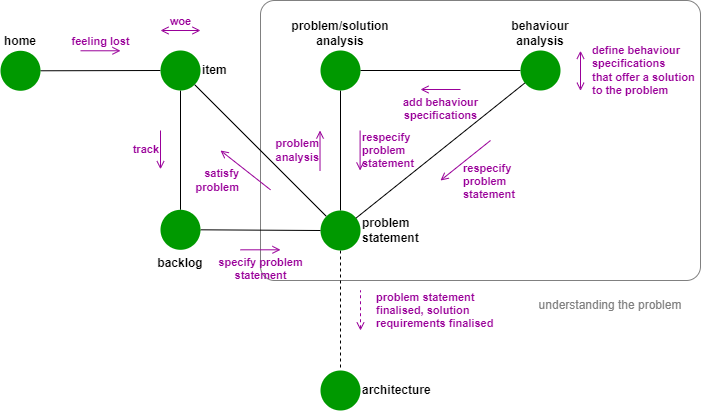
Above: docs/sphinx/static/img/problem-analysis-flow.png in lifespline/agile (draw.io), before the change. Source tidied: cells renumbered, new cells last; positions are measured from the earlier drawing's top-left corner, leaving out a move shared by most shapes.
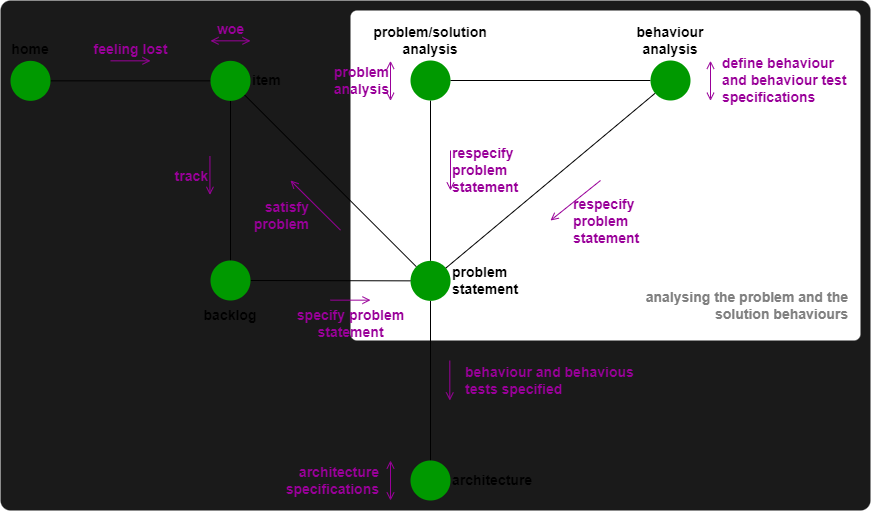
The same diagram one commit later.

Commit message:
doc: specify behaviour spec and architecture

Change to the diagram source:
```diff
@@ -2,122 +2,125 @@
   <root>
     <mxCell id="0" />
     <mxCell id="1" parent="0" />
+    <mxCell id="30" style="rounded=1;whiteSpace=wrap;html=1;fontColor=#FFFF00;fillColor=#1A1A1A;strokeColor=none;arcSize=2;fontSize=14;fontStyle=1;" parent="1" vertex="1">
+      <mxGeometry x="-90" y="-10" width="870" height="510" as="geometry" />
+    </mxCell>
-    <mxCell id="2" style="rounded=1;whiteSpace=wrap;html=1;fontColor=#FFFF00;fillColor=default;strokeColor=#808080;arcSize=5;" parent="1" vertex="1">
-      <mxGeometry x="260" width="440" height="280" as="geometry" />
+    <mxCell id="2" style="rounded=1;whiteSpace=wrap;html=1;fontColor=#FFFF00;fillColor=default;strokeColor=none;arcSize=2;fontSize=14;fontStyle=1;" parent="1" vertex="1">
+      <mxGeometry x="260" width="510" height="330" as="geometry" />
     </mxCell>
-    <mxCell id="3" style="edgeStyle=none;html=1;endArrow=none;endFill=0;fontStyle=1;" parent="1" edge="1" source="4" target="6">
+    <mxCell id="3" style="edgeStyle=none;html=1;endArrow=none;endFill=0;fontStyle=1;fontSize=14;" parent="1" edge="1" source="4" target="6">
       <mxGeometry relative="1" as="geometry" />
     </mxCell>
-    <mxCell id="4" value="&lt;b&gt;home&lt;/b&gt;" style="ellipse;whiteSpace=wrap;html=1;strokeColor=none;fillColor=#009900;verticalAlign=bottom;labelPosition=center;verticalLabelPosition=top;align=center;" parent="1" vertex="1">
-      <mxGeometry y="50.3" width="40" height="40" as="geometry" />
+    <mxCell id="4" value="&lt;span style=&quot;font-size: 14px;&quot;&gt;home&lt;/span&gt;" style="ellipse;whiteSpace=wrap;html=1;strokeColor=none;fillColor=#009900;verticalAlign=bottom;labelPosition=center;verticalLabelPosition=top;align=center;fontSize=14;fontStyle=1;" parent="1" vertex="1">
+      <mxGeometry x="-80" y="50.3" width="40" height="40" as="geometry" />
     </mxCell>
-    <mxCell id="5" style="edgeStyle=none;html=1;endArrow=none;endFill=0;fontStyle=1;" parent="1" edge="1" source="6" target="27">
+    <mxCell id="5" style="edgeStyle=none;html=1;endArrow=none;endFill=0;fontStyle=1;fontSize=14;" parent="1" edge="1" source="6" target="27">
       <mxGeometry relative="1" as="geometry" />
     </mxCell>
-    <mxCell id="6" value="&lt;b&gt;item&lt;/b&gt;" style="ellipse;whiteSpace=wrap;html=1;strokeColor=none;fillColor=#009900;verticalAlign=middle;labelPosition=right;verticalLabelPosition=middle;align=left;" parent="1" vertex="1">
-      <mxGeometry x="160" y="50" width="40" height="40" as="geometry" />
+    <mxCell id="6" value="&lt;span style=&quot;font-size: 14px;&quot;&gt;item&lt;/span&gt;" style="ellipse;whiteSpace=wrap;html=1;strokeColor=none;fillColor=#009900;verticalAlign=middle;labelPosition=right;verticalLabelPosition=middle;align=left;fontSize=14;fontStyle=1;" parent="1" vertex="1">
+      <mxGeometry x="120" y="50.3" width="40" height="40" as="geometry" />
     </mxCell>
-    <mxCell id="7" style="edgeStyle=none;html=1;endArrow=none;endFill=0;fontStyle=1;" parent="1" edge="1" source="10" target="12">
+    <mxCell id="7" style="edgeStyle=none;html=1;endArrow=none;endFill=0;fontStyle=1;fontSize=14;" parent="1" edge="1" source="10" target="12">
       <mxGeometry relative="1" as="geometry" />
     </mxCell>
-    <mxCell id="8" style="edgeStyle=none;html=1;endArrow=none;endFill=0;dashed=1;fontStyle=1;" parent="1" edge="1" source="10" target="15">
+    <mxCell id="8" style="edgeStyle=none;html=1;endArrow=none;endFill=0;fontStyle=1;fontSize=14;" parent="1" edge="1" source="10" target="15">
       <mxGeometry relative="1" as="geometry" />
     </mxCell>
-    <mxCell id="9" style="edgeStyle=none;html=1;startArrow=none;startFill=0;endArrow=none;endFill=0;" parent="1" edge="1" source="10" target="6">
+    <mxCell id="9" style="edgeStyle=none;html=1;startArrow=none;startFill=0;endArrow=none;endFill=0;fontSize=14;fontStyle=1;" parent="1" edge="1" source="10" target="6">
       <mxGeometry relative="1" as="geometry" />
     </mxCell>
-    <mxCell id="10" value="&lt;b&gt;problem&lt;br&gt;statement&lt;br&gt;&lt;/b&gt;" style="ellipse;whiteSpace=wrap;html=1;strokeColor=none;fillColor=#009900;verticalAlign=middle;labelPosition=right;verticalLabelPosition=middle;align=left;" parent="1" vertex="1">
-      <mxGeometry x="320" y="210" width="40" height="40" as="geometry" />
+    <mxCell id="10" value="&lt;span style=&quot;font-size: 14px;&quot;&gt;problem&lt;br style=&quot;font-size: 14px;&quot;&gt;statement&lt;br style=&quot;font-size: 14px;&quot;&gt;&lt;/span&gt;" style="ellipse;whiteSpace=wrap;html=1;strokeColor=none;fillColor=#009900;verticalAlign=middle;labelPosition=right;verticalLabelPosition=middle;align=left;fontSize=14;fontStyle=1;" parent="1" vertex="1">
+      <mxGeometry x="320" y="250.3" width="40" height="40" as="geometry" />
     </mxCell>
-    <mxCell id="11" style="edgeStyle=none;html=1;endArrow=none;endFill=0;fontStyle=1;" parent="1" edge="1" source="12" target="14">
+    <mxCell id="11" style="edgeStyle=none;html=1;endArrow=none;endFill=0;fontStyle=1;fontSize=14;" parent="1" edge="1" source="12" target="14">
       <mxGeometry relative="1" as="geometry" />
     </mxCell>
-    <mxCell id="12" value="&lt;b&gt;problem/solution&lt;br&gt;analysis&lt;br&gt;&lt;/b&gt;" style="ellipse;whiteSpace=wrap;html=1;strokeColor=none;fillColor=#009900;verticalAlign=bottom;labelPosition=center;verticalLabelPosition=top;align=center;" parent="1" vertex="1">
+    <mxCell id="12" value="&lt;span style=&quot;font-size: 14px;&quot;&gt;problem/solution&lt;br style=&quot;font-size: 14px;&quot;&gt;analysis&lt;br style=&quot;font-size: 14px;&quot;&gt;&lt;/span&gt;" style="ellipse;whiteSpace=wrap;html=1;strokeColor=none;fillColor=#009900;verticalAlign=bottom;labelPosition=center;verticalLabelPosition=top;align=center;fontSize=14;fontStyle=1;" parent="1" vertex="1">
       <mxGeometry x="320" y="50" width="40" height="40" as="geometry" />
     </mxCell>
-    <mxCell id="13" style="edgeStyle=none;html=1;endArrow=none;endFill=0;fontStyle=1;" parent="1" edge="1" source="14" target="10">
+    <mxCell id="13" style="edgeStyle=none;html=1;endArrow=none;endFill=0;fontStyle=1;fontSize=14;" parent="1" edge="1" source="14" target="10">
       <mxGeometry relative="1" as="geometry" />
     </mxCell>
-    <mxCell id="14" value="&lt;b&gt;behaviour&lt;br&gt;analysis&lt;br&gt;&lt;/b&gt;" style="ellipse;whiteSpace=wrap;html=1;strokeColor=none;fillColor=#009900;verticalAlign=bottom;labelPosition=center;verticalLabelPosition=top;align=center;" parent="1" vertex="1">
-      <mxGeometry x="520" y="50" width="40" height="40" as="geometry" />
+    <mxCell id="14" value="&lt;span style=&quot;font-size: 14px;&quot;&gt;behaviour&lt;br style=&quot;font-size: 14px;&quot;&gt;analysis&lt;br style=&quot;font-size: 14px;&quot;&gt;&lt;/span&gt;" style="ellipse;whiteSpace=wrap;html=1;strokeColor=none;fillColor=#009900;verticalAlign=bottom;labelPosition=center;verticalLabelPosition=top;align=center;fontSize=14;fontStyle=1;" parent="1" vertex="1">
+      <mxGeometry x="560" y="50" width="40" height="40" as="geometry" />
     </mxCell>
-    <mxCell id="15" value="&lt;b&gt;architecture&lt;br&gt;&lt;/b&gt;" style="ellipse;whiteSpace=wrap;html=1;strokeColor=none;fillColor=#009900;verticalAlign=middle;labelPosition=right;verticalLabelPosition=middle;align=left;" parent="1" vertex="1">
-      <mxGeometry x="320" y="370" width="40" height="40" as="geometry" />
+    <mxCell id="15" value="&lt;span style=&quot;font-size: 14px;&quot;&gt;architecture&lt;br style=&quot;font-size: 14px;&quot;&gt;&lt;/span&gt;" style="ellipse;whiteSpace=wrap;html=1;strokeColor=none;fillColor=#009900;verticalAlign=middle;labelPosition=right;verticalLabelPosition=middle;align=left;fontSize=14;fontStyle=1;" parent="1" vertex="1">
+      <mxGeometry x="320" y="450" width="40" height="40" as="geometry" />
     </mxCell>
-    <mxCell id="16" value="feeling lost" style="endArrow=open;html=1;endFill=0;verticalAlign=bottom;labelBackgroundColor=none;fontColor=#990099;strokeColor=#990099;fontStyle=1;" parent="1" edge="1">
+    <mxCell id="16" value="feeling lost" style="endArrow=open;html=1;endFill=0;verticalAlign=bottom;labelBackgroundColor=none;fontColor=#990099;strokeColor=#990099;fontStyle=1;fontSize=14;" parent="1" edge="1">
       <mxGeometry relative="1" as="geometry">
-        <mxPoint x="80" y="50.3" as="sourcePoint" />
-        <mxPoint x="120" y="50.3" as="targetPoint" />
+        <mxPoint x="20" y="50.3" as="sourcePoint" />
+        <mxPoint x="60" y="50.3" as="targetPoint" />
       </mxGeometry>
     </mxCell>
-    <mxCell id="17" value="woe" style="endArrow=open;html=1;endFill=0;verticalAlign=bottom;labelBackgroundColor=none;fontColor=#990099;strokeColor=#990099;startArrow=open;startFill=0;fontStyle=1;labelPosition=center;verticalLabelPosition=top;align=center;" parent="1" edge="1">
+    <mxCell id="17" value="woe" style="endArrow=open;html=1;endFill=0;verticalAlign=bottom;labelBackgroundColor=none;fontColor=#990099;strokeColor=#990099;startArrow=open;startFill=0;fontStyle=1;labelPosition=center;verticalLabelPosition=top;align=center;fontSize=14;" parent="1" edge="1">
       <mxGeometry relative="1" as="geometry">
-        <mxPoint x="160" y="30" as="sourcePoint" />
-        <mxPoint x="200" y="30" as="targetPoint" />
+        <mxPoint x="120" y="30.3" as="sourcePoint" />
+        <mxPoint x="160" y="30.3" as="targetPoint" />
       </mxGeometry>
     </mxCell>
-    <mxCell id="18" value="track" style="endArrow=open;html=1;endFill=0;verticalAlign=middle;labelBackgroundColor=none;fontColor=#990099;strokeColor=#990099;fontStyle=1;labelPosition=left;verticalLabelPosition=middle;align=right;" parent="1" edge="1">
+    <mxCell id="18" value="track" style="endArrow=open;html=1;endFill=0;verticalAlign=middle;labelBackgroundColor=none;fontColor=#990099;strokeColor=#990099;fontStyle=1;labelPosition=left;verticalLabelPosition=middle;align=right;fontSize=14;" parent="1" edge="1">
       <mxGeometry relative="1" as="geometry">
-        <mxPoint x="160" y="130" as="sourcePoint" />
-        <mxPoint x="160" y="168.7" as="targetPoint" />
+        <mxPoint x="119.4" y="145.6" as="sourcePoint" />
+        <mxPoint x="119.4" y="184.4" as="targetPoint" />
       </mxGeometry>
     </mxCell>
-    <mxCell id="19" value="understanding the problem" style="text;html=1;strokeColor=none;fillColor=none;align=center;verticalAlign=middle;whiteSpace=wrap;rounded=0;dashed=1;fontColor=#808080;rotation=0;" parent="1" vertex="1">
-      <mxGeometry x="530" y="290" width="160" height="30" as="geometry" />
+    <mxCell id="19" value="analysing the problem and the solution behaviours" style="text;html=1;strokeColor=none;fillColor=none;align=right;verticalAlign=middle;whiteSpace=wrap;rounded=0;dashed=1;fontColor=#808080;rotation=0;fontSize=14;fontStyle=1;" parent="1" vertex="1">
+      <mxGeometry x="550" y="270" width="210" height="50" as="geometry" />
     </mxCell>
-    <mxCell id="20" value="specify&amp;nbsp;problem&lt;br&gt;statement" style="endArrow=open;html=1;endFill=0;verticalAlign=top;labelBackgroundColor=none;fontColor=#990099;strokeColor=#990099;startArrow=none;startFill=0;labelPosition=center;verticalLabelPosition=bottom;align=center;fontStyle=1;" parent="1" edge="1">
+    <mxCell id="20" value="specify&amp;nbsp;problem&lt;br style=&quot;font-size: 14px;&quot;&gt;statement" style="endArrow=open;html=1;endFill=0;verticalAlign=top;labelBackgroundColor=none;fontColor=#990099;strokeColor=#990099;startArrow=none;startFill=0;labelPosition=center;verticalLabelPosition=bottom;align=center;fontStyle=1;fontSize=14;" parent="1" edge="1">
       <mxGeometry relative="1" as="geometry">
-        <mxPoint x="240" y="249.3" as="sourcePoint" />
-        <mxPoint x="280" y="249.3" as="targetPoint" />
+        <mxPoint x="240" y="289.7" as="sourcePoint" />
+        <mxPoint x="280" y="289.7" as="targetPoint" />
       </mxGeometry>
     </mxCell>
-    <mxCell id="21" value="problem&lt;br&gt;analysis" style="endArrow=open;html=1;endFill=0;verticalAlign=middle;labelBackgroundColor=none;fontColor=#990099;strokeColor=#990099;labelPosition=left;verticalLabelPosition=middle;align=right;fontStyle=1;" parent="1" edge="1">
+    <mxCell id="21" value="problem&lt;br style=&quot;font-size: 14px;&quot;&gt;analysis" style="endArrow=open;html=1;endFill=0;verticalAlign=middle;labelBackgroundColor=none;fontColor=#990099;strokeColor=#990099;labelPosition=left;verticalLabelPosition=middle;align=right;fontStyle=1;fontSize=14;startArrow=open;startFill=0;" parent="1" edge="1">
       <mxGeometry relative="1" as="geometry">
-        <mxPoint x="319.5" y="170" as="sourcePoint" />
-        <mxPoint x="319.5" y="130" as="targetPoint" />
+        <mxPoint x="300" y="90.3" as="sourcePoint" />
+        <mxPoint x="300" y="50.3" as="targetPoint" />
       </mxGeometry>
     </mxCell>
-    <mxCell id="22" value="define behaviour&lt;br&gt;specifications&lt;br&gt;that offer a solution&lt;br&gt;to the problem" style="endArrow=open;html=1;endFill=0;verticalAlign=middle;labelBackgroundColor=none;fontColor=#990099;strokeColor=#990099;fontStyle=1;labelPosition=right;verticalLabelPosition=middle;align=left;startArrow=open;startFill=0;" parent="1" edge="1">
+    <mxCell id="22" value="define behaviour&lt;br&gt;and behaviour test&lt;br style=&quot;font-size: 14px&quot;&gt;specifications" style="endArrow=open;html=1;endFill=0;verticalAlign=middle;labelBackgroundColor=none;fontColor=#990099;strokeColor=#990099;fontStyle=1;labelPosition=right;verticalLabelPosition=middle;align=left;startArrow=open;startFill=0;fontSize=14;" parent="1" edge="1">
       <mxGeometry y="10" relative="1" as="geometry">
-        <mxPoint x="580" y="50.3" as="sourcePoint" />
-        <mxPoint x="580" y="90.3" as="targetPoint" />
+        <mxPoint x="620" y="50.3" as="sourcePoint" />
+        <mxPoint x="620" y="90.3" as="targetPoint" />
       </mxGeometry>
     </mxCell>
-    <mxCell id="23" value="respecify&lt;br&gt;problem&amp;nbsp;&lt;br&gt;statement" style="endArrow=none;html=1;endFill=0;verticalAlign=middle;labelBackgroundColor=none;fontColor=#990099;strokeColor=#990099;labelPosition=right;verticalLabelPosition=middle;align=left;startArrow=open;startFill=0;fontStyle=1;" parent="1" edge="1">
+    <mxCell id="23" value="respecify&lt;br style=&quot;font-size: 14px;&quot;&gt;problem&amp;nbsp;&lt;br style=&quot;font-size: 14px;&quot;&gt;statement" style="endArrow=none;html=1;endFill=0;verticalAlign=middle;labelBackgroundColor=none;fontColor=#990099;strokeColor=#990099;labelPosition=right;verticalLabelPosition=middle;align=left;startArrow=open;startFill=0;fontStyle=1;fontSize=14;" parent="1" edge="1">
       <mxGeometry relative="1" as="geometry">
-        <mxPoint x="359.6" y="170" as="sourcePoint" />
-        <mxPoint x="359.6" y="130" as="targetPoint" />
+        <mxPoint x="360" y="180" as="sourcePoint" />
+        <mxPoint x="360" y="140" as="targetPoint" />
       </mxGeometry>
     </mxCell>
-    <mxCell id="24" value="respecify&lt;br&gt;problem&amp;nbsp;&lt;br&gt;statement" style="endArrow=none;html=1;endFill=0;verticalAlign=middle;labelBackgroundColor=none;fontColor=#990099;strokeColor=#990099;labelPosition=right;verticalLabelPosition=middle;align=left;startArrow=open;startFill=0;fontStyle=1;" parent="1" edge="1">
+    <mxCell id="24" value="respecify&lt;br style=&quot;font-size: 14px;&quot;&gt;problem&amp;nbsp;&lt;br style=&quot;font-size: 14px;&quot;&gt;statement" style="endArrow=none;html=1;endFill=0;verticalAlign=middle;labelBackgroundColor=none;fontColor=#990099;strokeColor=#990099;labelPosition=right;verticalLabelPosition=middle;align=left;startArrow=open;startFill=0;fontStyle=1;fontSize=14;" parent="1" edge="1">
       <mxGeometry x="-0.5" y="-14" relative="1" as="geometry">
-        <mxPoint x="440" y="180" as="sourcePoint" />
-        <mxPoint x="490" y="140" as="targetPoint" />
+        <mxPoint x="460" y="210" as="sourcePoint" />
+        <mxPoint x="510" y="170" as="targetPoint" />
       </mxGeometry>
     </mxCell>
-    <mxCell id="25" value="problem statement&lt;br&gt;finalised, solution&lt;br&gt;requirements finalised" style="endArrow=none;html=1;endFill=0;verticalAlign=middle;labelBackgroundColor=none;fontColor=#990099;strokeColor=#990099;labelPosition=right;verticalLabelPosition=middle;align=left;startArrow=open;startFill=0;dashed=1;fontStyle=1;" parent="1" edge="1">
+    <mxCell id="25" value="behaviour and behavious&lt;br&gt;tests specified" style="endArrow=none;html=1;endFill=0;verticalAlign=middle;labelBackgroundColor=none;fontColor=#990099;strokeColor=#990099;labelPosition=right;verticalLabelPosition=middle;align=left;startArrow=open;startFill=0;fontStyle=1;fontSize=14;" parent="1" edge="1">
       <mxGeometry y="-14" relative="1" as="geometry">
-        <mxPoint x="360" y="330" as="sourcePoint" />
-        <mxPoint x="360" y="290" as="targetPoint" />
+        <mxPoint x="359.3" y="390" as="sourcePoint" />
+        <mxPoint x="359.3" y="350" as="targetPoint" />
       </mxGeometry>
     </mxCell>
-    <mxCell id="26" style="edgeStyle=none;html=1;endArrow=none;endFill=0;" parent="1" edge="1" source="27" target="10">
+    <mxCell id="26" style="edgeStyle=none;html=1;endArrow=none;endFill=0;fontSize=14;fontStyle=1;" parent="1" edge="1" source="27" target="10">
       <mxGeometry relative="1" as="geometry" />
     </mxCell>
-    <mxCell id="27" value="&lt;b&gt;backlog&lt;/b&gt;" style="ellipse;whiteSpace=wrap;html=1;strokeColor=none;fillColor=#009900;verticalAlign=top;labelPosition=center;verticalLabelPosition=bottom;align=center;" parent="1" vertex="1">
-      <mxGeometry x="160" y="209.3" width="40" height="40" as="geometry" />
+    <mxCell id="27" value="&lt;span style=&quot;font-size: 14px;&quot;&gt;backlog&lt;/span&gt;" style="ellipse;whiteSpace=wrap;html=1;strokeColor=none;fillColor=#009900;verticalAlign=top;labelPosition=center;verticalLabelPosition=bottom;align=center;fontSize=14;fontStyle=1;" parent="1" vertex="1">
+      <mxGeometry x="120" y="250" width="40" height="40" as="geometry" />
     </mxCell>
-    <mxCell id="28" value="add behaviour&lt;br&gt;specifications" style="endArrow=none;html=1;endFill=0;verticalAlign=top;labelBackgroundColor=none;fontColor=#990099;strokeColor=#990099;startArrow=open;startFill=0;labelPosition=center;verticalLabelPosition=bottom;align=center;fontStyle=1;" parent="1" edge="1">
-      <mxGeometry relative="1" as="geometry">
-        <mxPoint x="420" y="89" as="sourcePoint" />
-        <mxPoint x="460" y="89" as="targetPoint" />
-      </mxGeometry>
-    </mxCell>
-    <mxCell id="29" value="satisfy&lt;br&gt;problem" style="endArrow=none;html=1;endFill=0;verticalAlign=middle;labelBackgroundColor=none;fontColor=#990099;strokeColor=#990099;labelPosition=left;verticalLabelPosition=middle;align=right;startArrow=open;startFill=0;fontStyle=1;" parent="1" edge="1">
+    <mxCell id="29" value="satisfy&lt;br style=&quot;font-size: 14px;&quot;&gt;problem" style="endArrow=none;html=1;endFill=0;verticalAlign=middle;labelBackgroundColor=none;fontColor=#990099;strokeColor=#990099;labelPosition=left;verticalLabelPosition=middle;align=right;startArrow=open;startFill=0;fontStyle=1;fontSize=14;" parent="1" edge="1">
       <mxGeometry x="0.08" y="-11" relative="1" as="geometry">
-        <mxPoint x="220" y="150" as="sourcePoint" />
-        <mxPoint x="270" y="189.3" as="targetPoint" />
+        <mxPoint x="200" y="170" as="sourcePoint" />
+        <mxPoint x="250" y="219.7" as="targetPoint" />
       </mxGeometry>
     </mxCell>
+    <mxCell id="31" value="architecture&lt;br&gt;specifications" style="endArrow=open;html=1;endFill=0;verticalAlign=middle;labelBackgroundColor=none;fontColor=#990099;strokeColor=#990099;fontStyle=1;labelPosition=left;verticalLabelPosition=middle;align=right;startArrow=open;startFill=0;fontSize=14;" parent="1" edge="1">
+      <mxGeometry y="-10" relative="1" as="geometry">
+        <mxPoint x="300" y="450" as="sourcePoint" />
+        <mxPoint x="300" y="490" as="targetPoint" />
+      </mxGeometry>
+    </mxCell>
   </root>
 </mxGraphModel>
```
